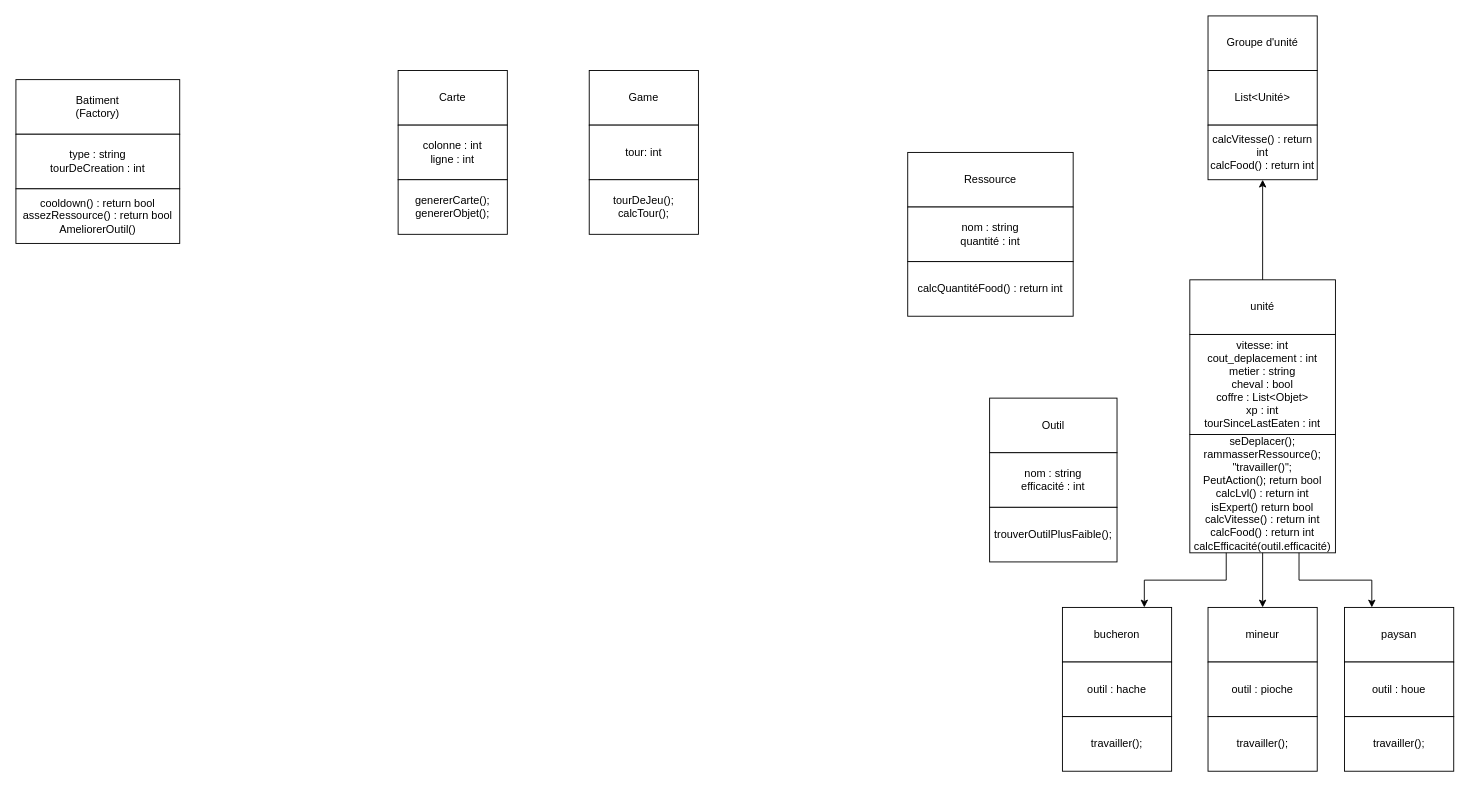
Earlier version of the draw.io diagram Diagramme sans nom.drawio (Rafien/Projet_Design_Pattern). Source tidied: cells renumbered, new cells numbered last; positions are measured from the earlier drawing's top-left corner, leaving out a move shared by most shapes. Both pictures are drawn from the tidied source at 91%, with x=0, y=0 at pixel (15, 15).
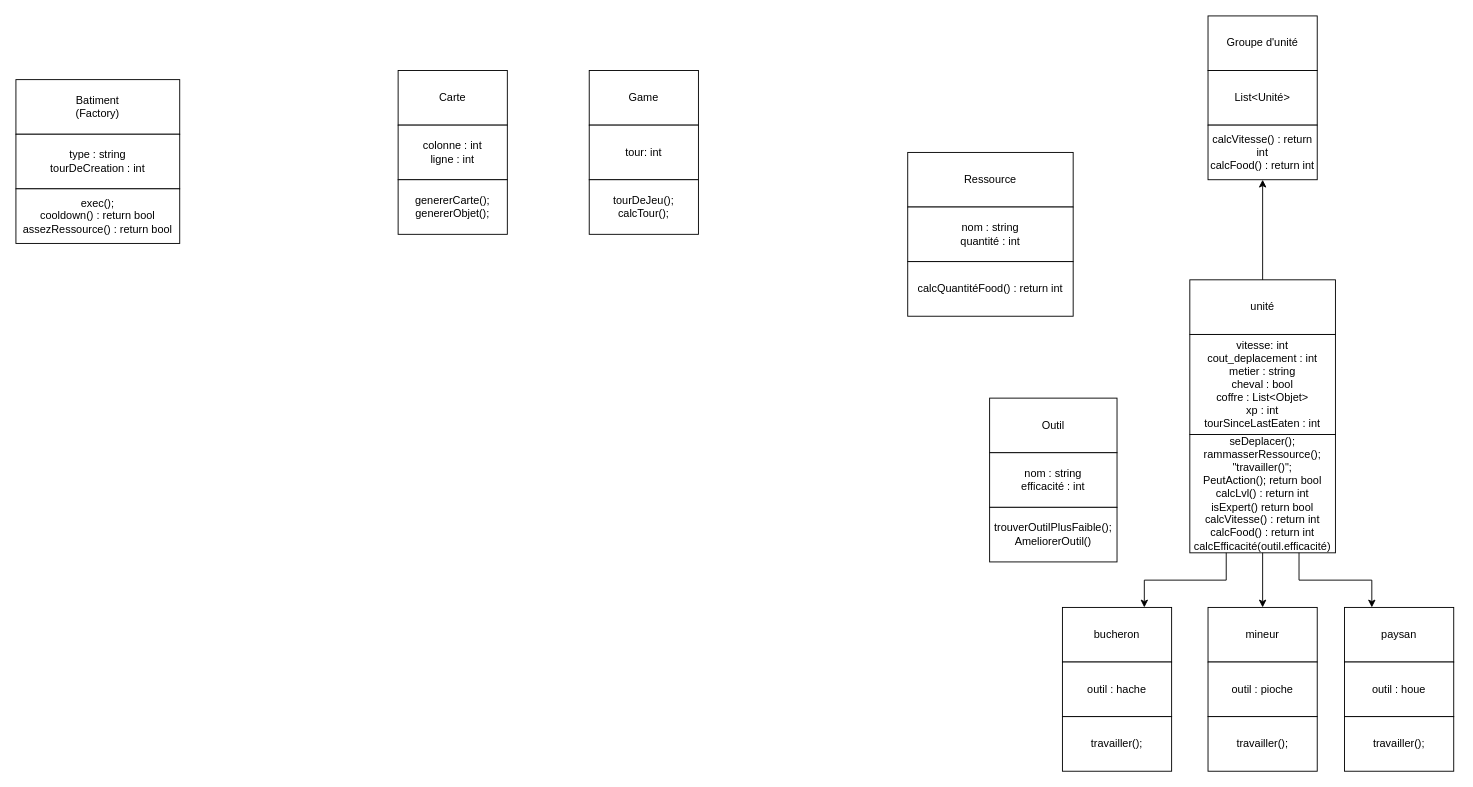
Above is the later version.

Commit message:
Mettre à jour Diagramme sans nom.drawio

Unchanged cells that the change refers to:
```xml
<mxCell id="17" style="group;" parent="16" vertex="1">
  <mxGeometry x="-20" width="140" height="180" as="geometry" />
</mxCell>
<mxCell id="50" style="group;" parent="1" vertex="1">
  <mxGeometry y="70" width="180" height="180" as="geometry" />
</mxCell>
```

What changed in the source:
```diff
@@
-    <mxCell id="20" value="trouverOutilPlusFaible();" style="rounded=0;whiteSpace=wrap;html=1;" parent="17" vertex="1">
+    <mxCell id="20" value="trouverOutilPlusFaible();&lt;br&gt;AmeliorerOutil()" style="rounded=0;whiteSpace=wrap;html=1;" parent="17" vertex="1">
       <mxGeometry y="120" width="140" height="60" as="geometry" />
     </mxCell>
@@
-    <mxCell id="53" value="cooldown() : return bool&lt;br&gt;assezRessource() : return bool&lt;br&gt;AmeliorerOutil()" style="rounded=0;whiteSpace=wrap;html=1;" parent="50" vertex="1">
+    <mxCell id="53" value="exec();&lt;br&gt;cooldown() : return bool&lt;br&gt;assezRessource() : return bool" style="rounded=0;whiteSpace=wrap;html=1;" parent="50" vertex="1">
       <mxGeometry y="120" width="180" height="60" as="geometry" />
     </mxCell>
```
